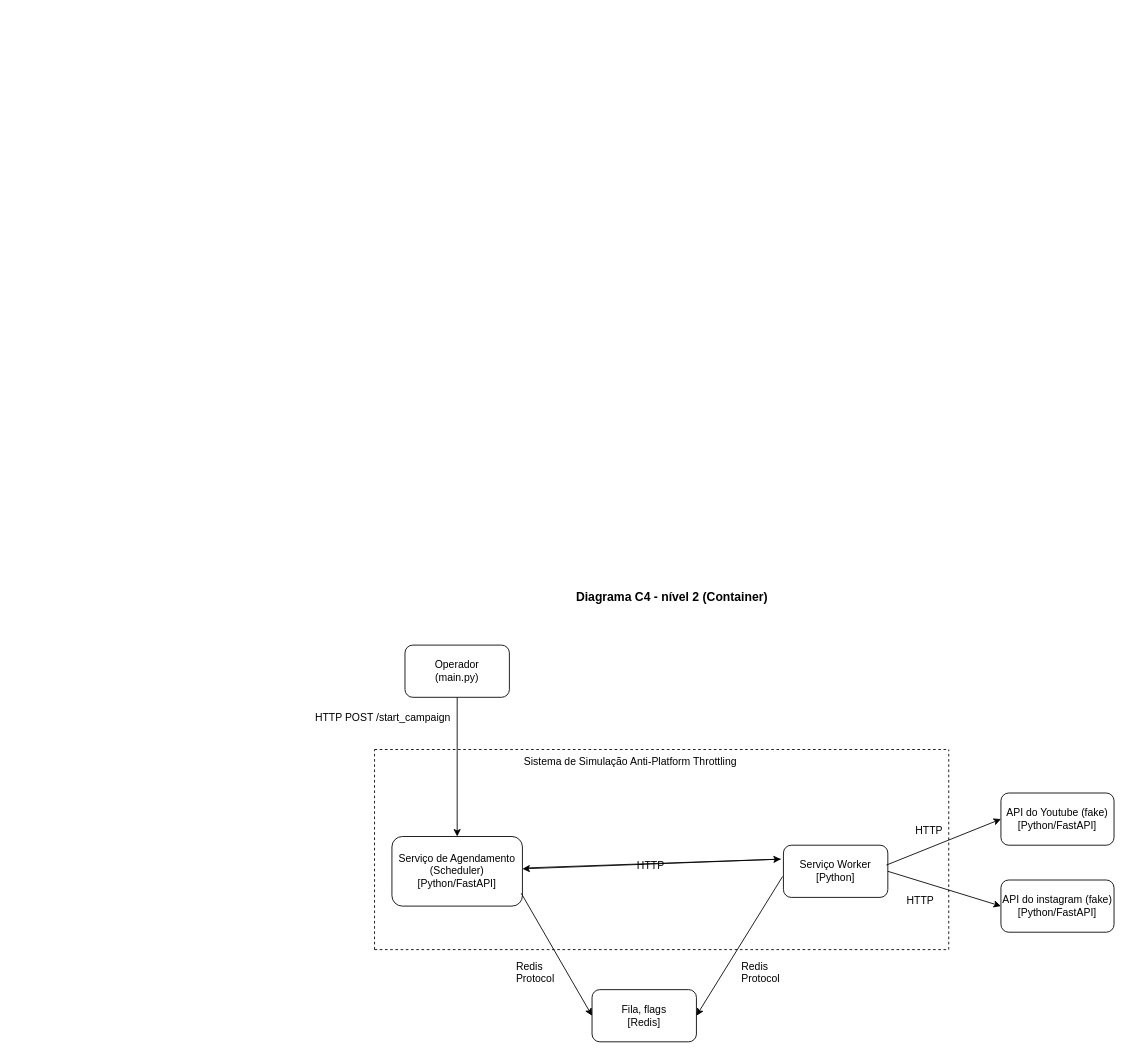
eliane-silva/Projeto-ESD keeps this draw.io diagram as docs/c4-level-2-container.drawio. Above is the earlier version. Source tidied: cells renumbered, new cells numbered last; positions are measured from the earlier drawing's top-left corner, leaving out a move shared by most shapes. Both pictures are drawn from the tidied source at 87%, with x=0, y=0 at pixel (313, 584).
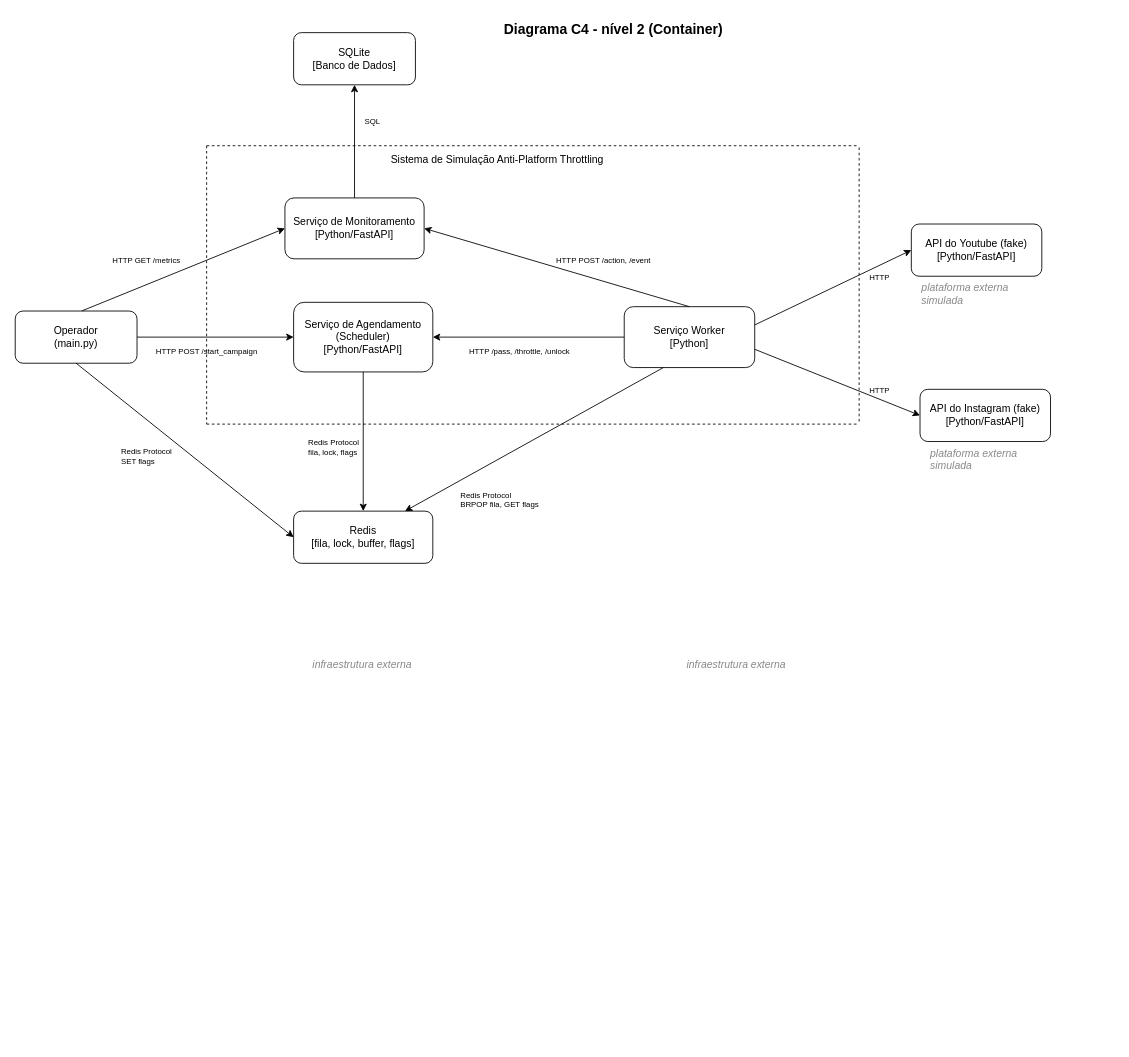
Above is the later version.

Commit message:
update C4 diagram level 2 - add monitoramento + banco de dados + detalhes

What changed in the source:
```diff
@@
+    <mxCell id="26" value="&lt;b&gt;&lt;font style=&quot;font-size: 16px;&quot;&gt;Diagrama C4 - nível 2 (Container)&lt;/font&gt;&lt;/b&gt;" style="text;whiteSpace=wrap;html=1;fontColor=light-dark(#000000,#FFFFFF);" parent="1" vertex="1">
+      <mxGeometry x="217" y="-654" width="400" height="40" as="geometry" />
+    </mxCell>
+    <mxCell id="27" style="endArrow=none;dashed=1;html=1;rounded=0;" parent="1" edge="1">
+      <mxGeometry relative="1" as="geometry">
+        <mxPoint x="-123" y="-504" as="sourcePoint" />
+        <mxPoint x="627" y="-504" as="targetPoint" />
+      </mxGeometry>
+    </mxCell>
+    <mxCell id="28" style="endArrow=none;dashed=1;html=1;rounded=0;" parent="1" edge="1">
+      <mxGeometry relative="1" as="geometry">
+        <mxPoint x="-123" y="-184" as="sourcePoint" />
+        <mxPoint x="627" y="-184" as="targetPoint" />
+      </mxGeometry>
+    </mxCell>
+    <mxCell id="29" style="endArrow=none;dashed=1;html=1;rounded=0;" parent="1" edge="1">
+      <mxGeometry relative="1" as="geometry">
+        <mxPoint x="-123" y="-504" as="sourcePoint" />
+        <mxPoint x="-123" y="-184" as="targetPoint" />
+      </mxGeometry>
+    </mxCell>
+    <mxCell id="30" style="endArrow=none;dashed=1;html=1;rounded=0;" parent="1" edge="1">
+      <mxGeometry relative="1" as="geometry">
+        <mxPoint x="627" y="-502" as="sourcePoint" />
+        <mxPoint x="627" y="-184" as="targetPoint" />
+      </mxGeometry>
+    </mxCell>
+    <mxCell id="17" value="Sistema de Simulação Anti-Platform Throttling" style="text;whiteSpace=wrap;html=1;fontColor=light-dark(#000000,#FFFFFF);" parent="1" vertex="1">
+      <mxGeometry x="87" y="-502" width="360" height="30" as="geometry" />
+    </mxCell>
     <mxCell id="2" value="Operador&lt;br&gt;(main.py)" style="rounded=1;whiteSpace=wrap;html=1;" parent="1" vertex="1">
-      <mxGeometry x="105" y="70" width="120" height="60" as="geometry" />
+      <mxGeometry x="-343" y="-314" width="140" height="60" as="geometry" />
     </mxCell>
+    <mxCell id="31" value="Redis&lt;br&gt;[fila, lock, buffer, flags]" style="rounded=1;whiteSpace=wrap;html=1;" parent="1" vertex="1">
+      <mxGeometry x="-23" y="-84" width="160" height="60" as="geometry" />
+    </mxCell>
+    <mxCell id="32" value="infraestrutura externa" style="text;whiteSpace=wrap;html=1;fontStyle=2;fontColor=#888888;" parent="1" vertex="1">
+      <mxGeometry x="-3" y="79" width="160" height="20" as="geometry" />
+    </mxCell>
+    <mxCell id="33" value="SQLite&lt;br&gt;[Banco de Dados]" style="rounded=1;whiteSpace=wrap;html=1;" parent="1" vertex="1">
+      <mxGeometry x="-23" y="-634" width="140" height="60" as="geometry" />
+    </mxCell>
+    <mxCell id="34" value="infraestrutura externa" style="text;whiteSpace=wrap;html=1;fontStyle=2;fontColor=#888888;" parent="1" vertex="1">
+      <mxGeometry x="427" y="79" width="140" height="20" as="geometry" />
+    </mxCell>
+    <mxCell id="7" value="API do Youtube (fake)&lt;br&gt;[Python/FastAPI]" style="rounded=1;whiteSpace=wrap;html=1;" parent="1" vertex="1">
+      <mxGeometry x="687" y="-414" width="150" height="60" as="geometry" />
+    </mxCell>
+    <mxCell id="35" value="plataforma externa simulada" style="text;whiteSpace=wrap;html=1;fontStyle=2;fontColor=#888888;" parent="1" vertex="1">
+      <mxGeometry x="697" y="-354" width="150" height="20" as="geometry" />
+    </mxCell>
+    <mxCell id="36" value="API do Instagram (fake)&lt;br&gt;[Python/FastAPI]" style="rounded=1;whiteSpace=wrap;html=1;" parent="1" vertex="1">
+      <mxGeometry x="697" y="-224" width="150" height="60" as="geometry" />
+    </mxCell>
+    <mxCell id="37" value="plataforma externa simulada" style="text;whiteSpace=wrap;html=1;fontStyle=2;fontColor=#888888;" parent="1" vertex="1">
+      <mxGeometry x="707" y="-164" width="150" height="20" as="geometry" />
+    </mxCell>
-    <mxCell id="3" value="Serviço de Agendamento (Scheduler)&lt;br&gt;[Python/FastAPI]" style="rounded=1;whiteSpace=wrap;html=1;" parent="1" vertex="1">
-      <mxGeometry x="90" y="290" width="150" height="80" as="geometry" />
+    <mxCell id="3" value="Serviço de Agendamento&lt;br&gt;(Scheduler)&lt;br&gt;[Python/FastAPI]" style="rounded=1;whiteSpace=wrap;html=1;" parent="1" vertex="1">
+      <mxGeometry x="-23" y="-324" width="160" height="80" as="geometry" />
     </mxCell>
-    <mxCell id="4" style="rounded=0;jettySize=auto;html=1;entryX=0;entryY=0.5;entryDx=0;entryDy=0;exitX=0.991;exitY=0.816;exitDx=0;exitDy=0;exitPerimeter=0;" parent="1" edge="1" source="3" target="5">
-      <mxGeometry relative="1" as="geometry" />
-    </mxCell>
-    <mxCell id="5" value="Fila, flags&lt;br&gt;[Redis]" style="rounded=1;whiteSpace=wrap;html=1;" parent="1" vertex="1">
-      <mxGeometry x="320" y="466" width="120" height="60" as="geometry" />
-    </mxCell>
     <mxCell id="6" value="Serviço Worker&lt;br&gt;[Python]" style="rounded=1;whiteSpace=wrap;html=1;" parent="1" vertex="1">
-      <mxGeometry x="540" y="300" width="120" height="60" as="geometry" />
+      <mxGeometry x="357" y="-319" width="150" height="70" as="geometry" />
     </mxCell>
-    <mxCell id="7" value="API do Youtube (fake)&lt;br&gt;[Python/FastAPI]" style="rounded=1;whiteSpace=wrap;html=1;" parent="1" vertex="1">
-      <mxGeometry x="790" y="240" width="130" height="60" as="geometry" />
-    </mxCell>
-    <mxCell id="8" value="API do instagram (fake)&lt;div&gt;[Python/FastAPI]&lt;/div&gt;" style="rounded=1;whiteSpace=wrap;html=1;" parent="1" vertex="1">
-      <mxGeometry x="790" y="340" width="130" height="60" as="geometry" />
-    </mxCell>
-    <mxCell id="9" style="endArrow=none;dashed=1;html=1;rounded=0;" parent="1" edge="1">
-      <mxGeometry relative="1" as="geometry">
-        <mxPoint x="70" y="420" as="sourcePoint" />
-        <mxPoint x="70" y="190" as="targetPoint" />
-      </mxGeometry>
-    </mxCell>
-    <mxCell id="10" style="endArrow=none;dashed=1;html=1;rounded=0;" parent="1" edge="1">
-      <mxGeometry relative="1" as="geometry">
-        <mxPoint x="70" y="190" as="sourcePoint" />
-        <mxPoint x="730" y="190" as="targetPoint" />
-      </mxGeometry>
-    </mxCell>
-    <mxCell id="11" style="endArrow=none;dashed=1;html=1;rounded=0;" parent="1" edge="1">
-      <mxGeometry relative="1" as="geometry">
-        <mxPoint x="730" y="420" as="sourcePoint" />
-        <mxPoint x="730" y="190" as="targetPoint" />
-      </mxGeometry>
-    </mxCell>
-    <mxCell id="12" style="endArrow=none;dashed=1;html=1;rounded=0;" parent="1" edge="1">
-      <mxGeometry relative="1" as="geometry">
-        <mxPoint x="70" y="420" as="sourcePoint" />
-        <mxPoint x="730" y="420" as="targetPoint" />
-      </mxGeometry>
-    </mxCell>
-    <mxCell id="13" style="endArrow=classic;html=1;rounded=0;entryX=1;entryY=0.5;entryDx=0;entryDy=0;" parent="1" edge="1" target="5">
-      <mxGeometry relative="1" as="geometry">
-        <mxPoint x="539" y="336" as="sourcePoint" />
-      </mxGeometry>
-    </mxCell>
+    <mxCell id="38" value="Serviço de Monitoramento&lt;br&gt;[Python/FastAPI]" style="rounded=1;whiteSpace=wrap;html=1;" parent="1" vertex="1">
+      <mxGeometry x="-33" y="-444" width="160" height="70" as="geometry" />
+    </mxCell>
+    <mxCell id="16" style="endArrow=classic;html=1;rounded=0;exitX=1;exitY=0.5;exitDx=0;exitDy=0;entryX=0;entryY=0.5;entryDx=0;entryDy=0;" parent="1" edge="1" source="2" target="3">
+      <mxGeometry relative="1" as="geometry" />
+    </mxCell>
+    <mxCell id="18" value="HTTP POST /start_campaign" style="text;whiteSpace=wrap;html=1;fontColor=light-dark(#000000,#FFFFFF);fontSize=9;" parent="1" vertex="1">
+      <mxGeometry x="-183" y="-279" width="140" height="20" as="geometry" />
+    </mxCell>
+    <mxCell id="39" style="endArrow=classic;html=1;rounded=0;exitX=0.5;exitY=1;exitDx=0;exitDy=0;entryX=0;entryY=0.5;entryDx=0;entryDy=0;" parent="1" edge="1" source="2" target="31">
+      <mxGeometry relative="1" as="geometry" />
+    </mxCell>
+    <mxCell id="40" value="Redis Protocol&lt;br&gt;SET flags" style="text;whiteSpace=wrap;html=1;fontColor=light-dark(#000000,#FFFFFF);fontSize=9;" parent="1" vertex="1">
+      <mxGeometry x="-223" y="-164" width="100" height="30" as="geometry" />
+    </mxCell>
+    <mxCell id="41" style="endArrow=classic;html=1;rounded=0;exitX=0.5;exitY=1;exitDx=0;exitDy=0;entryX=0.5;entryY=0;entryDx=0;entryDy=0;" parent="1" edge="1" source="3" target="31">
+      <mxGeometry relative="1" as="geometry" />
+    </mxCell>
+    <mxCell id="42" value="Redis Protocol&lt;br&gt;fila, lock, flags" style="text;whiteSpace=wrap;html=1;fontColor=light-dark(#000000,#FFFFFF);fontSize=9;" parent="1" vertex="1">
+      <mxGeometry x="-8" y="-174" width="110" height="30" as="geometry" />
+    </mxCell>
+    <mxCell id="43" style="endArrow=classic;html=1;rounded=0;exitX=0.3;exitY=1;exitDx=0;exitDy=0;entryX=0.8;entryY=0;entryDx=0;entryDy=0;" parent="1" edge="1" source="6" target="31">
+      <mxGeometry relative="1" as="geometry" />
+    </mxCell>
+    <mxCell id="44" value="Redis Protocol&lt;br&gt;BRPOP fila, GET flags" style="text;whiteSpace=wrap;html=1;fontColor=light-dark(#000000,#FFFFFF);fontSize=9;" parent="1" vertex="1">
+      <mxGeometry x="167" y="-114" width="130" height="30" as="geometry" />
+    </mxCell>
+    <mxCell id="45" style="endArrow=classic;html=1;rounded=0;exitX=0;exitY=0.5;exitDx=0;exitDy=0;entryX=1;entryY=0.5;entryDx=0;entryDy=0;" parent="1" edge="1" source="6" target="3">
+      <mxGeometry relative="1" as="geometry" />
+    </mxCell>
+    <mxCell id="46" value="HTTP /pass, /throttle, /unlock" style="text;whiteSpace=wrap;html=1;fontColor=light-dark(#000000,#FFFFFF);fontSize=9;" parent="1" vertex="1">
+      <mxGeometry x="177" y="-279" width="160" height="20" as="geometry" />
+    </mxCell>
+    <mxCell id="47" style="endArrow=classic;html=1;rounded=0;exitX=0.5;exitY=0;exitDx=0;exitDy=0;entryX=1;entryY=0.5;entryDx=0;entryDy=0;" parent="1" edge="1" source="6" target="38">
+      <mxGeometry relative="1" as="geometry" />
+    </mxCell>
+    <mxCell id="48" value="HTTP POST /action, /event" style="text;whiteSpace=wrap;html=1;fontColor=light-dark(#000000,#FFFFFF);fontSize=9;" parent="1" vertex="1">
+      <mxGeometry x="277" y="-384" width="140" height="20" as="geometry" />
+    </mxCell>
-    <mxCell id="14" style="endArrow=classic;html=1;rounded=0;entryX=0;entryY=0.5;entryDx=0;entryDy=0;exitX=0.986;exitY=0.381;exitDx=0;exitDy=0;exitPerimeter=0;" parent="1" edge="1" source="6" target="7">
+    <mxCell id="14" style="endArrow=classic;html=1;rounded=0;exitX=1;exitY=0.3;exitDx=0;exitDy=0;entryX=0;entryY=0.5;entryDx=0;entryDy=0;" parent="1" edge="1" source="6" target="7">
       <mxGeometry relative="1" as="geometry" />
     </mxCell>
-    <mxCell id="15" style="endArrow=classic;html=1;rounded=0;entryX=0;entryY=0.5;entryDx=0;entryDy=0;exitX=1;exitY=0.5;exitDx=0;exitDy=0;" parent="1" edge="1" source="6" target="8">
-      <mxGeometry relative="1" as="geometry" />
-    </mxCell>
-    <mxCell id="16" style="endArrow=classic;html=1;rounded=0;entryX=0.5;entryY=0;entryDx=0;entryDy=0;exitX=0.5;exitY=1;exitDx=0;exitDy=0;" parent="1" edge="1" source="2" target="3">
-      <mxGeometry relative="1" as="geometry" />
-    </mxCell>
-    <mxCell id="17" value="&lt;span class=&quot;a_GcMg font-feature-liga-off font-feature-clig-off font-feature-calt-off text-decoration-none text-strikethrough-none&quot; style=&quot;caret-color: rgb(0, 0, 0); --Ys-XuQ: none; font-weight: 400; font-style: normal; font-kerning: normal;&quot;&gt;Sistema de Simulação Anti-Platform Throttling&lt;/span&gt;" style="text;whiteSpace=wrap;html=1;fontColor=light-dark(#000000,#FFFFFF);" parent="1" vertex="1">
-      <mxGeometry x="240" y="190" width="280" height="40" as="geometry" />
-    </mxCell>
-    <mxCell id="18" value="&lt;span class=&quot;a_GcMg font-feature-liga-off font-feature-clig-off font-feature-calt-off text-decoration-none text-strikethrough-none&quot; style=&quot;caret-color: rgb(0, 0, 0); --Ys-XuQ: none; font-weight: 400; font-style: normal; font-kerning: normal;&quot;&gt;HTTP POST /start_campaign&lt;/span&gt;" style="text;whiteSpace=wrap;html=1;fontColor=light-dark(#000000,#FFFFFF);" parent="1" vertex="1">
-      <mxGeometry y="140" width="160" height="40" as="geometry" />
-    </mxCell>
-    <mxCell id="19" value="&lt;span class=&quot;a_GcMg font-feature-liga-off font-feature-clig-off font-feature-calt-off text-decoration-none text-strikethrough-none&quot; style=&quot;caret-color: rgb(0, 0, 0); --Ys-XuQ: none; font-weight: 400; font-style: normal; font-kerning: normal;&quot;&gt;Redis Protocol&lt;/span&gt;" style="text;whiteSpace=wrap;html=1;fontColor=light-dark(#000000,#FFFFFF);" parent="1" vertex="1">
-      <mxGeometry x="231" y="426" width="40" height="40" as="geometry" />
-    </mxCell>
-    <mxCell id="20" style="rounded=0;orthogonalLoop=1;jettySize=auto;html=1;" parent="1" edge="1">
-      <mxGeometry relative="1" as="geometry">
-        <mxPoint x="247" y="326" as="sourcePoint" />
-        <mxPoint x="537" y="316" as="targetPoint" />
-      </mxGeometry>
-    </mxCell>
-    <mxCell id="21" style="rounded=0;jettySize=auto;html=1;" parent="1" edge="1" target="3">
-      <mxGeometry relative="1" as="geometry">
-        <mxPoint x="537" y="316" as="sourcePoint" />
-      </mxGeometry>
-    </mxCell>
-    <mxCell id="22" value="&lt;span class=&quot;a_GcMg font-feature-liga-off font-feature-clig-off font-feature-calt-off text-decoration-none text-strikethrough-none&quot; style=&quot;caret-color: rgb(0, 0, 0); --Ys-XuQ: none; font-weight: 400; font-style: normal; font-kerning: normal;&quot;&gt;HTTP&lt;/span&gt;" style="text;whiteSpace=wrap;html=1;fontColor=light-dark(#000000,#FFFFFF);" parent="1" vertex="1">
-      <mxGeometry x="690" y="270" width="40" height="40" as="geometry" />
-    </mxCell>
-    <mxCell id="23" value="&lt;span class=&quot;a_GcMg font-feature-liga-off font-feature-clig-off font-feature-calt-off text-decoration-none text-strikethrough-none&quot; style=&quot;caret-color: rgb(0, 0, 0); --Ys-XuQ: none; font-weight: 400; font-style: normal; font-kerning: normal;&quot;&gt;HTTP&lt;/span&gt;" style="text;whiteSpace=wrap;html=1;fontColor=light-dark(#000000,#FFFFFF);" parent="1" vertex="1">
-      <mxGeometry x="680" y="350" width="40" height="40" as="geometry" />
-    </mxCell>
-    <mxCell id="24" value="&lt;span class=&quot;a_GcMg font-feature-liga-off font-feature-clig-off font-feature-calt-off text-decoration-none text-strikethrough-none&quot; style=&quot;caret-color: rgb(0, 0, 0); --Ys-XuQ: none; font-weight: 400; font-style: normal; font-kerning: normal;&quot;&gt;Redis Protocol&lt;/span&gt;" style="text;whiteSpace=wrap;html=1;fontColor=light-dark(#000000,#FFFFFF);" parent="1" vertex="1">
-      <mxGeometry x="490" y="426" width="40" height="40" as="geometry" />
-    </mxCell>
-    <mxCell id="25" value="&lt;span class=&quot;a_GcMg font-feature-liga-off font-feature-clig-off font-feature-calt-off text-decoration-none text-strikethrough-none&quot; style=&quot;caret-color: rgb(0, 0, 0); --Ys-XuQ: none; font-weight: 400; font-style: normal; font-kerning: normal;&quot;&gt;HTTP&lt;/span&gt;" style="text;whiteSpace=wrap;html=1;fontColor=light-dark(#000000,#FFFFFF);" parent="1" vertex="1">
-      <mxGeometry x="370" y="310" width="40" height="40" as="geometry" />
-    </mxCell>
-    <mxCell id="26" value="&lt;span class=&quot;a_GcMg font-feature-liga-off font-feature-clig-off font-feature-calt-off text-decoration-none text-strikethrough-none&quot; style=&quot;caret-color: rgb(0, 0, 0); --Ys-XuQ: none; font-style: normal; font-kerning: normal;&quot;&gt;&lt;b&gt;&lt;font style=&quot;font-size: 14px;&quot;&gt;Diagrama C4 - nível 2 (Container)&lt;/font&gt;&lt;/b&gt;&lt;/span&gt;" style="text;whiteSpace=wrap;html=1;fontColor=light-dark(#000000,#FFFFFF);" parent="1" vertex="1">
-      <mxGeometry x="300" width="230" height="40" as="geometry" />
-    </mxCell>
+    <mxCell id="49" value="HTTP" style="text;whiteSpace=wrap;html=1;fontColor=light-dark(#000000,#FFFFFF);fontSize=9;" parent="1" vertex="1">
+      <mxGeometry x="637" y="-364" width="40" height="20" as="geometry" />
+    </mxCell>
+    <mxCell id="50" style="endArrow=classic;html=1;rounded=0;exitX=1;exitY=0.7;exitDx=0;exitDy=0;entryX=0;entryY=0.5;entryDx=0;entryDy=0;" parent="1" edge="1" source="6" target="36">
+      <mxGeometry relative="1" as="geometry" />
+    </mxCell>
+    <mxCell id="51" value="HTTP" style="text;whiteSpace=wrap;html=1;fontColor=light-dark(#000000,#FFFFFF);fontSize=9;" parent="1" vertex="1">
+      <mxGeometry x="637" y="-234" width="40" height="20" as="geometry" />
+    </mxCell>
+    <mxCell id="52" style="endArrow=classic;html=1;rounded=0;exitX=0.5;exitY=0;exitDx=0;exitDy=0;entryX=0.5;entryY=1;entryDx=0;entryDy=0;" parent="1" edge="1" source="38" target="33">
+      <mxGeometry relative="1" as="geometry" />
+    </mxCell>
+    <mxCell id="53" value="SQL" style="text;whiteSpace=wrap;html=1;fontColor=light-dark(#000000,#FFFFFF);fontSize=9;" parent="1" vertex="1">
+      <mxGeometry x="57" y="-544" width="40" height="20" as="geometry" />
+    </mxCell>
+    <mxCell id="54" style="endArrow=classic;html=1;rounded=0;exitX=0.547;exitY=-0.002;exitDx=0;exitDy=0;entryX=0;entryY=0.5;entryDx=0;entryDy=0;exitPerimeter=0;" parent="1" edge="1" source="2" target="38">
+      <mxGeometry relative="1" as="geometry" />
+    </mxCell>
+    <mxCell id="55" value="HTTP GET /metrics" style="text;whiteSpace=wrap;html=1;fontColor=light-dark(#000000,#FFFFFF);fontSize=9;" parent="1" vertex="1">
+      <mxGeometry x="-233" y="-384" width="120" height="20" as="geometry" />
+    </mxCell>
```
